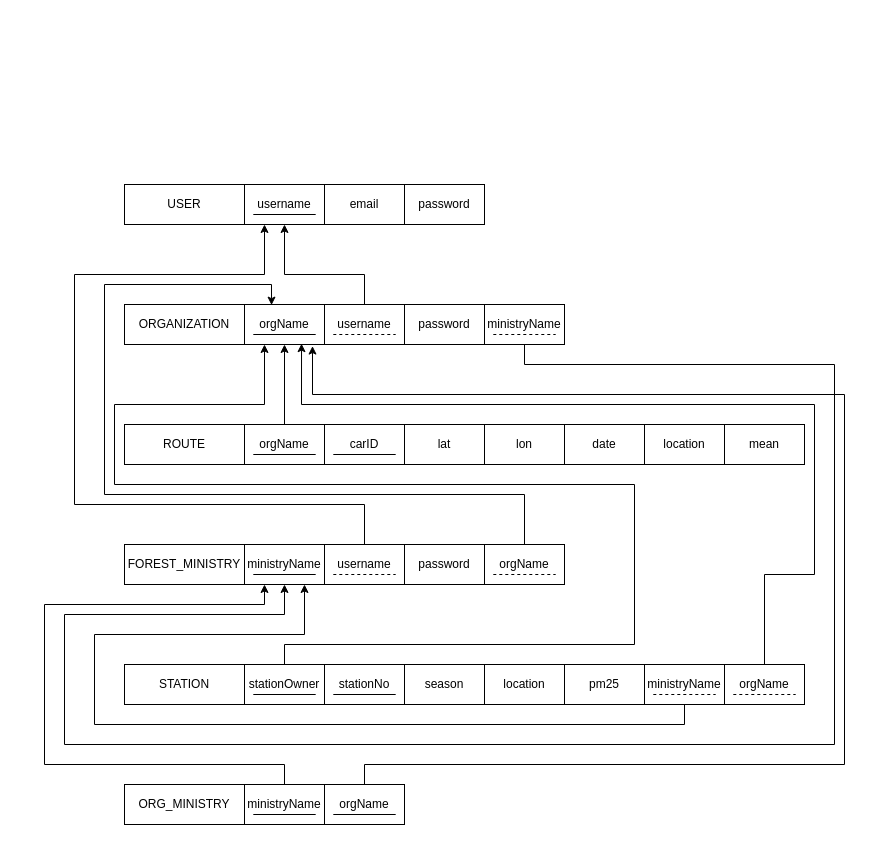
The draw.io diagram RELATIONAL_SCHEMA.drawio in zorojuro75/CSE303-sec-03-Group-03, before the edit. Source tidied: cells renumbered, new cells numbered last; positions are measured from the earlier drawing's top-left corner, leaving out a move shared by most shapes. Both pictures are drawn from the tidied source at 100%, with x=0, y=0 at pixel (44, 184).
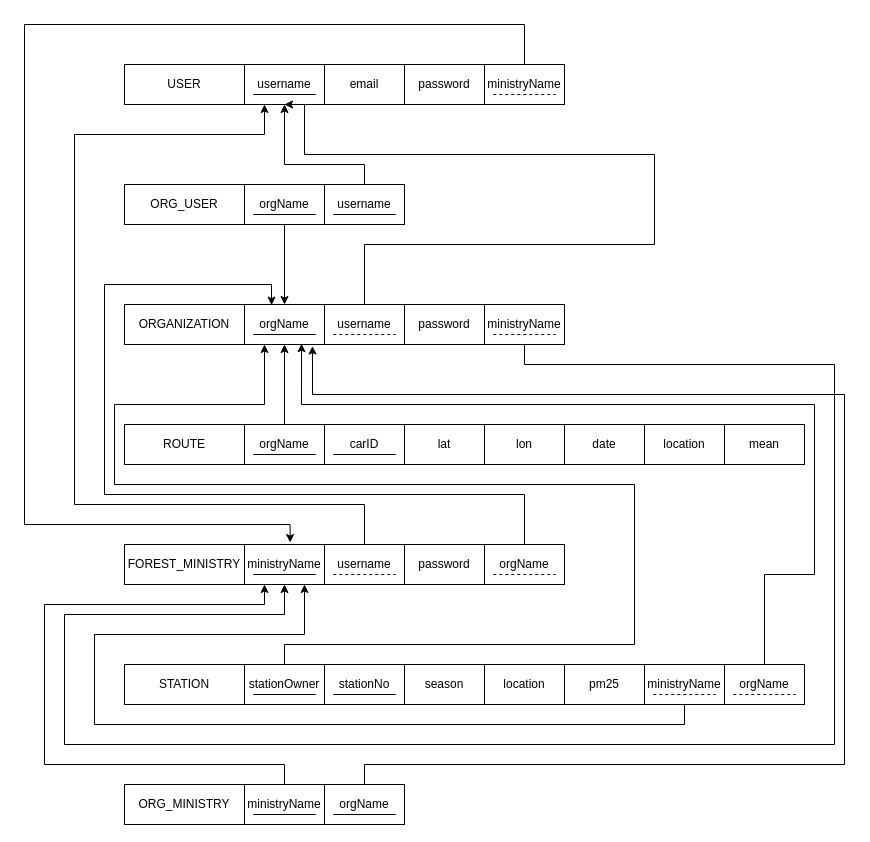
The same page after the edit.

Unchanged cells that the change refers to:
```xml
<mxCell id="9" value="orgName" style="rounded=0;whiteSpace=wrap;html=1;" parent="1" vertex="1">
  <mxGeometry x="200" y="120" width="80" height="40" as="geometry" />
</mxCell>
<mxCell id="11" value="username" style="rounded=0;whiteSpace=wrap;html=1;" parent="1" vertex="1">
  <mxGeometry x="280" y="120" width="80" height="40" as="geometry" />
</mxCell>
<mxCell id="25" value="ministryName" style="rounded=0;whiteSpace=wrap;html=1;" parent="1" vertex="1">
  <mxGeometry x="200" y="360" width="80" height="40" as="geometry" />
</mxCell>
<mxCell id="27" value="username" style="rounded=0;whiteSpace=wrap;html=1;" parent="1" vertex="1">
  <mxGeometry x="280" y="360" width="80" height="40" as="geometry" />
</mxCell>
```

Change to the diagram source:
```diff
@@
     <mxCell id="2" style="rounded=0;whiteSpace=wrap;html=1;" parent="1" vertex="1">
-      <mxGeometry x="80" width="360" height="40" as="geometry" />
+      <mxGeometry x="80" y="-120" width="440" height="40" as="geometry" />
     </mxCell>
     <mxCell id="3" value="USER" style="rounded=0;whiteSpace=wrap;html=1;" parent="1" vertex="1">
-      <mxGeometry x="80" width="120" height="40" as="geometry" />
+      <mxGeometry x="80" y="-120" width="120" height="40" as="geometry" />
     </mxCell>
     <mxCell id="4" value="username" style="rounded=0;whiteSpace=wrap;html=1;" parent="1" vertex="1">
-      <mxGeometry x="200" width="80" height="40" as="geometry" />
+      <mxGeometry x="200" y="-120" width="80" height="40" as="geometry" />
     </mxCell>
     <mxCell id="5" value="email" style="rounded=0;whiteSpace=wrap;html=1;" parent="1" vertex="1">
-      <mxGeometry x="280" width="80" height="40" as="geometry" />
+      <mxGeometry x="280" y="-120" width="80" height="40" as="geometry" />
     </mxCell>
     <mxCell id="6" value="password" style="rounded=0;whiteSpace=wrap;html=1;" parent="1" vertex="1">
-      <mxGeometry x="360" width="80" height="40" as="geometry" />
+      <mxGeometry x="360" y="-120" width="80" height="40" as="geometry" />
     </mxCell>
@@
     <mxCell id="10" style="edgeStyle=orthogonalEdgeStyle;rounded=0;jettySize=auto;html=1;exitX=0.5;exitY=0;exitDx=0;exitDy=0;entryX=0.5;entryY=1;entryDx=0;entryDy=0;" parent="1" edge="1" source="11" target="4">
       <mxGeometry relative="1" as="geometry">
         <Array as="points">
-          <mxPoint x="320" y="90" />
-          <mxPoint x="240" y="90" />
+          <mxPoint x="320" y="60" />
+          <mxPoint x="610" y="60" />
+          <mxPoint x="610" y="-30" />
+          <mxPoint x="260" y="-30" />
+          <mxPoint x="260" y="-80" />
         </Array>
       </mxGeometry>
     </mxCell>
@@
     <mxCell id="26" style="edgeStyle=orthogonalEdgeStyle;rounded=0;jettySize=auto;html=1;exitX=0.5;exitY=0;exitDx=0;exitDy=0;entryX=0.25;entryY=1;entryDx=0;entryDy=0;" parent="1" edge="1" source="27" target="4">
       <mxGeometry relative="1" as="geometry">
         <Array as="points">
           <mxPoint x="320" y="320" />
           <mxPoint x="30" y="320" />
-          <mxPoint x="30" y="90" />
-          <mxPoint x="220" y="90" />
+          <mxPoint x="30" y="-50" />
+          <mxPoint x="220" y="-50" />
         </Array>
       </mxGeometry>
     </mxCell>
@@
     <mxCell id="37" style="endArrow=none;html=1;rounded=0;" parent="1" edge="1">
       <mxGeometry relative="1" as="geometry">
-        <mxPoint x="208.8" y="30" as="sourcePoint" />
-        <mxPoint x="271.2" y="30" as="targetPoint" />
+        <mxPoint x="208.8" y="-90" as="sourcePoint" />
+        <mxPoint x="271.2" y="-90" as="targetPoint" />
       </mxGeometry>
     </mxCell>
@@
+    <mxCell id="66" style="edgeStyle=orthogonalEdgeStyle;rounded=0;jettySize=auto;html=1;exitX=0.5;exitY=0;exitDx=0;exitDy=0;startArrow=none;startFill=0;endArrow=classic;endFill=1;entryX=0.57;entryY=-0.05;entryDx=0;entryDy=0;entryPerimeter=0;" parent="1" edge="1" source="67" target="25">
+      <mxGeometry relative="1" as="geometry">
+        <Array as="points">
+          <mxPoint x="480" y="-160" />
+          <mxPoint x="-20" y="-160" />
+          <mxPoint x="-20" y="340" />
+          <mxPoint x="246" y="340" />
+        </Array>
+      </mxGeometry>
+    </mxCell>
+    <mxCell id="67" value="ministryName" style="rounded=0;whiteSpace=wrap;html=1;" parent="1" vertex="1">
+      <mxGeometry x="440" y="-120" width="80" height="40" as="geometry" />
+    </mxCell>
+    <mxCell id="68" style="endArrow=none;html=1;rounded=0;dashed=1;" parent="1" edge="1">
+      <mxGeometry relative="1" as="geometry">
+        <mxPoint x="448.8" y="-90" as="sourcePoint" />
+        <mxPoint x="511.2" y="-90" as="targetPoint" />
+      </mxGeometry>
+    </mxCell>
+    <mxCell id="69" style="rounded=0;whiteSpace=wrap;html=1;" parent="1" vertex="1">
+      <mxGeometry x="80" width="280" height="40" as="geometry" />
+    </mxCell>
+    <mxCell id="70" value="ORG_USER" style="rounded=0;whiteSpace=wrap;html=1;" parent="1" vertex="1">
+      <mxGeometry x="80" width="120" height="40" as="geometry" />
+    </mxCell>
+    <mxCell id="71" style="edgeStyle=orthogonalEdgeStyle;rounded=0;jettySize=auto;html=1;exitX=0.5;exitY=1;exitDx=0;exitDy=0;startArrow=none;startFill=0;endArrow=classic;endFill=1;" parent="1" edge="1" source="72" target="9">
+      <mxGeometry relative="1" as="geometry" />
+    </mxCell>
+    <mxCell id="72" value="orgName" style="rounded=0;whiteSpace=wrap;html=1;" parent="1" vertex="1">
+      <mxGeometry x="200" width="80" height="40" as="geometry" />
+    </mxCell>
+    <mxCell id="73" style="edgeStyle=orthogonalEdgeStyle;rounded=0;jettySize=auto;html=1;exitX=0.5;exitY=0;exitDx=0;exitDy=0;startArrow=none;startFill=0;endArrow=classic;endFill=1;" parent="1" edge="1" source="74">
+      <mxGeometry relative="1" as="geometry">
+        <mxPoint x="240" y="-80" as="targetPoint" />
+        <Array as="points">
+          <mxPoint x="320" y="-20" />
+          <mxPoint x="240" y="-20" />
+        </Array>
+      </mxGeometry>
+    </mxCell>
+    <mxCell id="74" value="username" style="rounded=0;whiteSpace=wrap;html=1;" parent="1" vertex="1">
+      <mxGeometry x="280" width="80" height="40" as="geometry" />
+    </mxCell>
+    <mxCell id="75" style="endArrow=none;html=1;rounded=0;" parent="1" edge="1">
+      <mxGeometry relative="1" as="geometry">
+        <mxPoint x="208.8" y="30" as="sourcePoint" />
+        <mxPoint x="271.2" y="30" as="targetPoint" />
+      </mxGeometry>
+    </mxCell>
+    <mxCell id="76" style="endArrow=none;html=1;rounded=0;" parent="1" edge="1">
+      <mxGeometry relative="1" as="geometry">
+        <mxPoint x="288.8" y="30" as="sourcePoint" />
+        <mxPoint x="351.2" y="30" as="targetPoint" />
+      </mxGeometry>
+    </mxCell>
```
